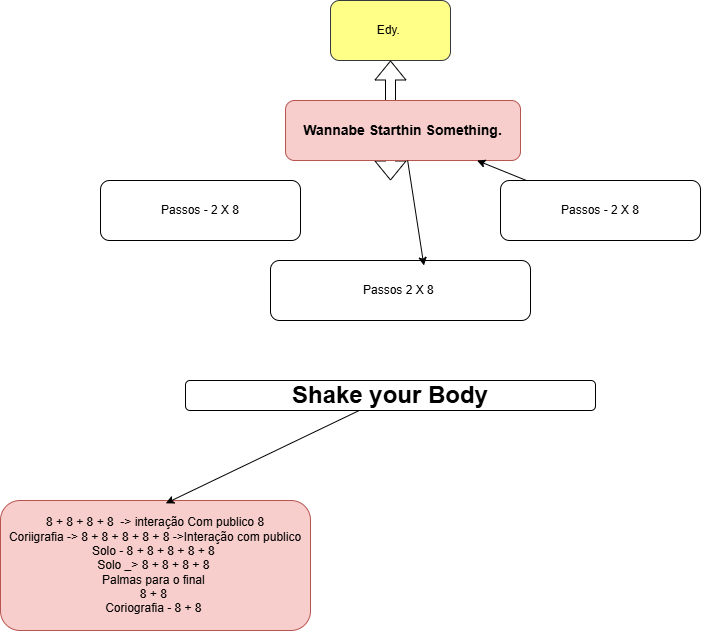
edskate/Engles_2026_12_02- keeps this draw.io diagram as Drawio.drawio.png. Above is the earlier version. Source tidied: cells renumbered, new cells last; positions are measured from the earlier drawing's top-left corner, leaving out a move shared by most shapes.
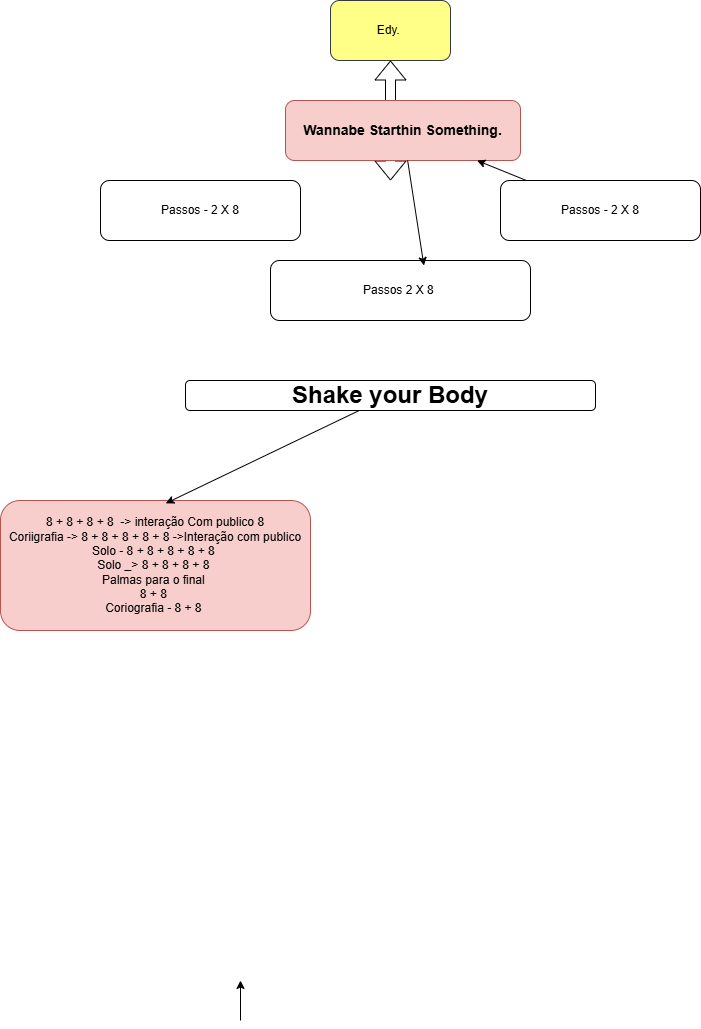
The same file after the commit.

Change to the diagram source:
```diff
@@ -37,5 +37,11 @@
     <mxCell id="12" style="edgeStyle=none;html=1;entryX=0.533;entryY=0.022;entryDx=0;entryDy=0;entryPerimeter=0;" parent="1" edge="1" source="10" target="11">
       <mxGeometry relative="1" as="geometry" />
     </mxCell>
+    <mxCell id="13" style="edgeStyle=none;html=1;" parent="1" edge="1">
+      <mxGeometry relative="1" as="geometry">
+        <mxPoint x="240" y="1020" as="sourcePoint" />
+        <mxPoint x="240" y="980" as="targetPoint" />
+      </mxGeometry>
+    </mxCell>
   </root>
 </mxGraphModel>
```
